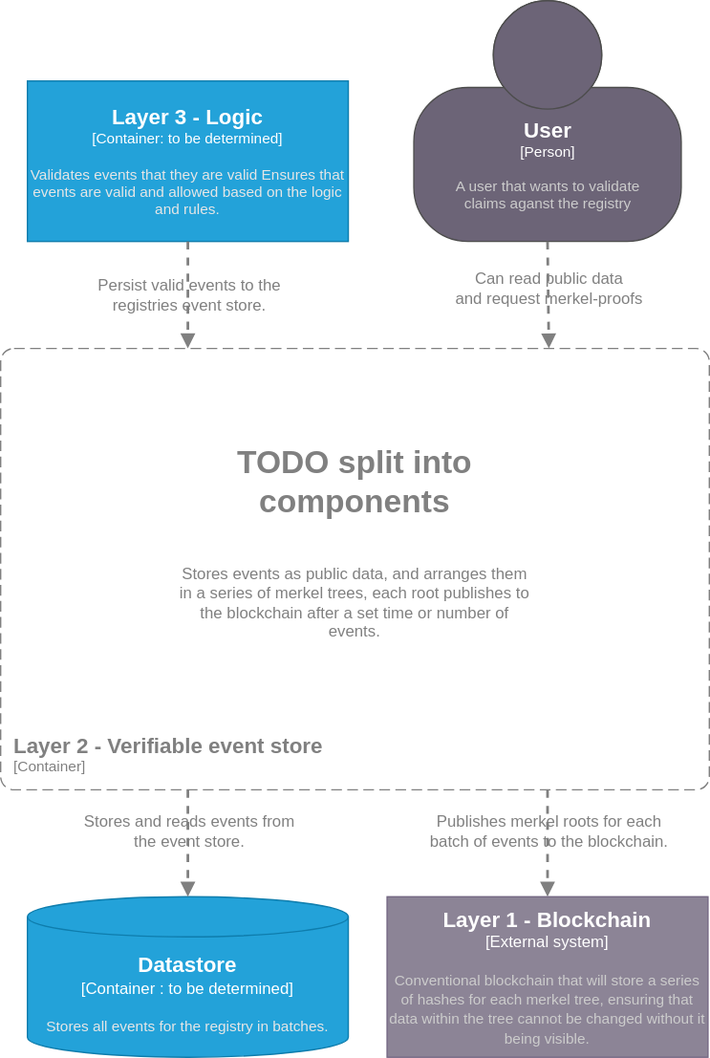
The draw.io diagram doc/layer2_verifiable_event_store/component_diagra.drawio.svg in project-origin/registry, before a commit. Source tidied: cells renumbered, new cells last; positions are measured from the earlier drawing's top-left corner, leaving out a move shared by most shapes.
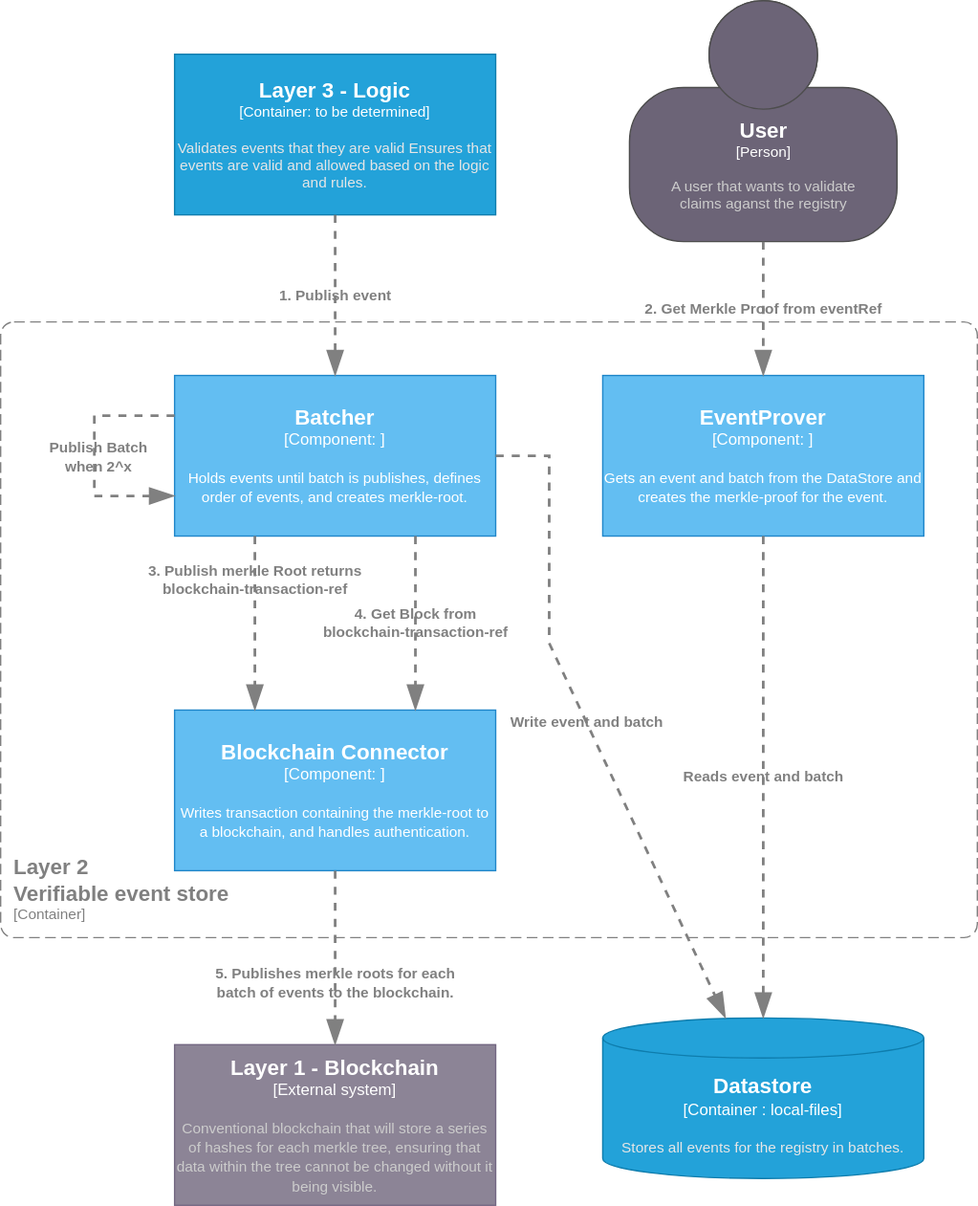
After the commit.

Diff of the diagram source:
```diff
@@ -2,30 +2,14 @@
   <root>
     <mxCell id="0" />
     <mxCell id="1" parent="0" />
-    <object id="2" label="&lt;font style=&quot;font-size: 16px&quot;&gt;&lt;b&gt;&lt;div style=&quot;text-align: left&quot;&gt;%c4Name%&lt;/div&gt;&lt;/b&gt;&lt;/font&gt;&lt;div style=&quot;text-align: left&quot;&gt;[%c4Application%]&lt;/div&gt;" c4Application="Container" c4Name="Layer 2 - Verifiable event store" c4Type="ContainerScopeBoundary" placeholders="1">
+    <object id="2" label="&lt;font style=&quot;font-size: 16px&quot;&gt;&lt;b&gt;&lt;div style=&quot;text-align: left&quot;&gt;%c4Name%&lt;/div&gt;&lt;/b&gt;&lt;/font&gt;&lt;div style=&quot;text-align: left&quot;&gt;[%c4Application%]&lt;/div&gt;" c4Application="Container" c4Name="Layer 2&#10;Verifiable event store" c4Type="ContainerScopeBoundary" placeholders="1">
       <mxCell style="rounded=1;fontSize=11;whiteSpace=wrap;html=1;dashed=1;arcSize=20;fillColor=none;strokeColor=#808080;fontColor=#808080;labelBackgroundColor=none;align=left;verticalAlign=bottom;labelBorderColor=none;spacingTop=0;spacing=10;dashPattern=8 4;perimeter=rectanglePerimeter;labelPadding=0;absoluteArcSize=1;" parent="1" vertex="1">
-        <mxGeometry y="260" width="530" height="330" as="geometry" />
+        <mxGeometry x="-110" y="260" width="730" height="460" as="geometry" />
       </mxCell>
     </object>
-    <mxCell id="3" value="Stores events as public data, and arranges them in a series of merkel trees, each root publishes to the blockchain after a set time or number of events." style="text;html=1;strokeColor=none;fillColor=none;align=center;verticalAlign=middle;whiteSpace=wrap;rounded=0;fontColor=#808080;" parent="1" vertex="1">
-      <mxGeometry x="130" y="410" width="270" height="80" as="geometry" />
-    </mxCell>
-    <mxCell id="4" value="TODO split into components" style="text;html=1;strokeColor=none;fillColor=none;align=center;verticalAlign=middle;whiteSpace=wrap;rounded=0;fontColor=#808080;fontStyle=1;fontSize=24;" parent="1" vertex="1">
-      <mxGeometry x="130" y="320" width="270" height="80" as="geometry" />
-    </mxCell>
-    <mxCell id="5" style="edgeStyle=none;html=1;entryX=0.5;entryY=0;entryDx=0;entryDy=0;entryPerimeter=0;dashed=1;endArrow=block;endFill=1;rounded=0;fontColor=#808080;strokeColor=#808080;strokeWidth=2;" parent="1" edge="1" target="7">
-      <mxGeometry relative="1" as="geometry">
-        <mxPoint x="409" y="590" as="sourcePoint" />
-      </mxGeometry>
-    </mxCell>
-    <mxCell id="6" value="Publishes merkel roots for each &lt;br&gt;batch of events to the blockchain." style="edgeLabel;html=1;align=center;verticalAlign=middle;fontSize=12;labelBackgroundColor=none;rounded=0;fontColor=#808080;" parent="5" vertex="1">
-      <mxGeometry x="-0.14" y="-1" relative="1" as="geometry">
-        <mxPoint x="1" y="-5" as="offset" />
-      </mxGeometry>
-    </mxCell>
-    <object id="7" label="&lt;font style=&quot;font-size: 16px&quot;&gt;&lt;b&gt;%c4Name%&lt;/b&gt;&lt;/font&gt;&lt;div&gt;[%c4Type%]&lt;/div&gt;&lt;br&gt;&lt;div&gt;&lt;font style=&quot;font-size: 11px&quot;&gt;&lt;font color=&quot;#cccccc&quot;&gt;%c4Description%&lt;/font&gt;&lt;/div&gt;" c4Description="Conventional blockchain that will store a series of hashes for each merkel tree, ensuring that data within the tree cannot be changed without it being visible." c4Name="Layer 1 - Blockchain" c4Type="External system" placeholders="1">
+    <object id="7" label="&lt;font style=&quot;font-size: 16px&quot;&gt;&lt;b&gt;%c4Name%&lt;/b&gt;&lt;/font&gt;&lt;div&gt;[%c4Type%]&lt;/div&gt;&lt;br&gt;&lt;div&gt;&lt;font style=&quot;font-size: 11px&quot;&gt;&lt;font color=&quot;#cccccc&quot;&gt;%c4Description%&lt;/font&gt;&lt;/div&gt;" c4Description="Conventional blockchain that will store a series of hashes for each merkle tree, ensuring that data within the tree cannot be changed without it being visible." c4Name="Layer 1 - Blockchain" c4Type="External system" placeholders="1">
       <mxCell style="rounded=0;whiteSpace=wrap;html=1;labelBackgroundColor=none;fillColor=#8C8496;fontColor=#ffffff;align=center;arcSize=10;strokeColor=#736782;points=[[0.25,0,0],[0.5,0,0],[0.75,0,0],[1,0.25,0],[1,0.5,0],[1,0.75,0],[0.75,1,0],[0.5,1,0],[0.25,1,0],[0,0.75,0],[0,0.5,0],[0,0.25,0]];" parent="1" vertex="1">
-        <mxGeometry x="289" y="670" width="240" height="120" as="geometry" />
+        <mxGeometry x="20" y="800" width="240" height="120" as="geometry" />
       </mxCell>
     </object>
     <object id="8" label="&lt;font style=&quot;font-size: 16px&quot;&gt;&lt;b&gt;%c4Name%&lt;/b&gt;&lt;/font&gt;&lt;div&gt;[%c4Type%: %c4Technology%]&lt;/div&gt;&lt;br&gt;&lt;div&gt;&lt;font style=&quot;font-size: 11px&quot;&gt;&lt;font color=&quot;#E6E6E6&quot;&gt;%c4Description%&lt;/font&gt;&lt;/div&gt;" c4Description="Validates events that they are valid Ensures that events are valid and allowed based on the logic and rules." c4Name="Layer 3 - Logic" c4Technology="to be determined" c4Type="Container" placeholders="1">
@@ -33,45 +17,80 @@
         <mxGeometry x="20" y="60" width="240" height="120" as="geometry" />
       </mxCell>
     </object>
-    <mxCell id="9" style="edgeStyle=none;html=1;dashed=1;endArrow=block;endFill=1;rounded=0;fontColor=#808080;strokeColor=#808080;exitX=0.5;exitY=1;exitDx=0;exitDy=0;exitPerimeter=0;strokeWidth=2;" parent="1" edge="1" source="8">
-      <mxGeometry relative="1" as="geometry">
-        <mxPoint x="140" y="260" as="targetPoint" />
-      </mxGeometry>
-    </mxCell>
-    <mxCell id="10" value="Persist valid events to the&lt;br&gt;registries event store." style="edgeLabel;html=1;align=center;verticalAlign=middle;fontSize=12;labelBackgroundColor=none;rounded=0;fontColor=#808080;" parent="9" vertex="1">
-      <mxGeometry x="-0.14" y="-1" relative="1" as="geometry">
-        <mxPoint x="1" y="4" as="offset" />
-      </mxGeometry>
-    </mxCell>
-    <object id="11" label="&lt;font style=&quot;font-size: 16px&quot;&gt;&lt;b&gt;%c4Type%&lt;/font&gt;&lt;div&gt;[%c4Container%:&amp;nbsp;%c4Technology%]&lt;/div&gt;&lt;br&gt;&lt;div&gt;&lt;font style=&quot;font-size: 11px&quot;&gt;&lt;font color=&quot;#E6E6E6&quot;&gt;%c4Description%&lt;/font&gt;&lt;/div&gt;" c4Container="Container " c4Description="Stores all events for the registry in batches." c4Technology="to be determined" c4Type="Datastore" placeholders="1">
+    <object id="11" label="&lt;font style=&quot;font-size: 16px&quot;&gt;&lt;b&gt;%c4Type%&lt;/font&gt;&lt;div&gt;[%c4Container%:&amp;nbsp;%c4Technology%]&lt;/div&gt;&lt;br&gt;&lt;div&gt;&lt;font style=&quot;font-size: 11px&quot;&gt;&lt;font color=&quot;#E6E6E6&quot;&gt;%c4Description%&lt;/font&gt;&lt;/div&gt;" c4Container="Container " c4Description="Stores all events for the registry in batches." c4Technology="local-files" c4Type="Datastore" placeholders="1">
       <mxCell style="shape=cylinder3;size=15;whiteSpace=wrap;html=1;boundedLbl=1;rounded=0;labelBackgroundColor=none;fillColor=#23A2D9;fontSize=12;fontColor=#ffffff;align=center;strokeColor=#0E7DAD;points=[[0.5,0,0],[1,0.25,0],[1,0.5,0],[1,0.75,0],[0.5,1,0],[0,0.75,0],[0,0.5,0],[0,0.25,0]];" parent="1" vertex="1">
-        <mxGeometry x="20" y="670" width="240" height="120" as="geometry" />
+        <mxGeometry x="340" y="780" width="240" height="120" as="geometry" />
       </mxCell>
     </object>
-    <mxCell id="12" style="edgeStyle=none;html=1;entryX=0.5;entryY=0;entryDx=0;entryDy=0;entryPerimeter=0;dashed=1;endArrow=block;endFill=1;rounded=0;fontColor=#808080;strokeColor=#808080;strokeWidth=2;" parent="1" edge="1" target="11">
-      <mxGeometry relative="1" as="geometry">
-        <mxPoint x="140" y="590" as="sourcePoint" />
-      </mxGeometry>
-    </mxCell>
-    <mxCell id="13" value="Stores and reads events from&lt;br&gt;the event store." style="edgeLabel;html=1;align=center;verticalAlign=middle;fontSize=12;labelBackgroundColor=none;rounded=0;fontColor=#808080;" parent="12" vertex="1">
-      <mxGeometry x="-0.14" y="-1" relative="1" as="geometry">
-        <mxPoint x="1" y="-5" as="offset" />
-      </mxGeometry>
-    </mxCell>
     <object id="14" label="&lt;font style=&quot;font-size: 16px&quot;&gt;&lt;b&gt;%c4Name%&lt;/b&gt;&lt;/font&gt;&lt;div&gt;[%c4Type%]&lt;/div&gt;&lt;br&gt;&lt;div&gt;&lt;font style=&quot;font-size: 11px&quot;&gt;&lt;font color=&quot;#cccccc&quot;&gt;%c4Description%&lt;/font&gt;&lt;/div&gt;" c4Description="A user that wants to validate &#10;claims aganst the registry" c4Name="User" c4Type="Person" placeholders="1">
       <mxCell style="html=1;fontSize=11;dashed=0;whitespace=wrap;fillColor=#6C6477;strokeColor=#4D4D4D;fontColor=#ffffff;shape=mxgraph.c4.person2;align=center;points=[[0.5,0,0],[1,0.5,0],[1,0.75,0],[0.75,1,0],[0.5,1,0],[0.25,1,0],[0,0.75,0],[0,0.5,0]];rounded=0;" parent="1" vertex="1">
-        <mxGeometry x="309" width="200" height="180" as="geometry" />
+        <mxGeometry x="360" y="20" width="200" height="180" as="geometry" />
       </mxCell>
     </object>
-    <mxCell id="15" style="edgeStyle=none;html=1;dashed=1;fontSize=12;endArrow=block;endFill=1;exitX=0.5;exitY=1;exitDx=0;exitDy=0;exitPerimeter=0;rounded=0;fontColor=#808080;strokeColor=#808080;strokeWidth=2;" parent="1" edge="1" source="14">
-      <mxGeometry relative="1" as="geometry">
-        <mxPoint x="410" y="260" as="targetPoint" />
-      </mxGeometry>
-    </mxCell>
-    <mxCell id="16" value="Can read public data&lt;br&gt;and request&amp;nbsp;merkel-proofs" style="edgeLabel;html=1;align=center;verticalAlign=middle;fontSize=12;labelBackgroundColor=none;fontColor=#808080;labelBorderColor=none;rounded=0;" parent="15" vertex="1">
-      <mxGeometry x="-0.04" y="1" relative="1" as="geometry">
-        <mxPoint x="-1" y="-4" as="offset" />
-      </mxGeometry>
-    </mxCell>
+    <object id="17" label="&lt;font style=&quot;font-size: 16px&quot;&gt;&lt;b&gt;%c4Name%&lt;/b&gt;&lt;/font&gt;&lt;div&gt;[%c4Type%: %c4Technology%]&lt;/div&gt;&lt;br&gt;&lt;div&gt;&lt;font style=&quot;font-size: 11px&quot;&gt;%c4Description%&lt;/font&gt;&lt;/div&gt;" c4Description="Holds events until batch is publishes, defines order of events, and creates merkle-root." c4Name="Batcher" c4Technology="" c4Type="Component" placeholders="1">
+      <mxCell style="rounded=0;whiteSpace=wrap;html=1;labelBackgroundColor=none;fillColor=#63BEF2;fontColor=#ffffff;align=center;arcSize=6;strokeColor=#2086C9;points=[[0.25,0,0],[0.5,0,0],[0.75,0,0],[1,0.25,0],[1,0.5,0],[1,0.75,0],[0.75,1,0],[0.5,1,0],[0.25,1,0],[0,0.75,0],[0,0.5,0],[0,0.25,0]];" parent="1" vertex="1">
+        <mxGeometry x="20" y="300" width="240" height="120" as="geometry" />
+      </mxCell>
+    </object>
+    <object id="18" label="&lt;font style=&quot;font-size: 16px&quot;&gt;&lt;b&gt;%c4Name%&lt;/b&gt;&lt;/font&gt;&lt;div&gt;[%c4Type%: %c4Technology%]&lt;/div&gt;&lt;br&gt;&lt;div&gt;&lt;font style=&quot;font-size: 11px&quot;&gt;%c4Description%&lt;/font&gt;&lt;/div&gt;" c4Description="Gets an event and batch from the DataStore and creates the merkle-proof for the event." c4Name="EventProver" c4Technology="" c4Type="Component" placeholders="1">
+      <mxCell style="rounded=0;whiteSpace=wrap;html=1;labelBackgroundColor=none;fillColor=#63BEF2;fontColor=#ffffff;align=center;arcSize=6;strokeColor=#2086C9;points=[[0.25,0,0],[0.5,0,0],[0.75,0,0],[1,0.25,0],[1,0.5,0],[1,0.75,0],[0.75,1,0],[0.5,1,0],[0.25,1,0],[0,0.75,0],[0,0.5,0],[0,0.25,0]];" parent="1" vertex="1">
+        <mxGeometry x="340" y="300" width="240" height="120" as="geometry" />
+      </mxCell>
+    </object>
+    <object id="19" label="&lt;font style=&quot;font-size: 16px&quot;&gt;&lt;b&gt;%c4Name%&lt;/b&gt;&lt;/font&gt;&lt;div&gt;[%c4Type%: %c4Technology%]&lt;/div&gt;&lt;br&gt;&lt;div&gt;&lt;font style=&quot;font-size: 11px&quot;&gt;%c4Description%&lt;/font&gt;&lt;/div&gt;" c4Description="Writes transaction containing the merkle-root to a blockchain, and handles authentication." c4Name="Blockchain Connector" c4Technology="" c4Type="Component" placeholders="1">
+      <mxCell style="rounded=0;whiteSpace=wrap;html=1;labelBackgroundColor=none;fillColor=#63BEF2;fontColor=#ffffff;align=center;arcSize=6;strokeColor=#2086C9;points=[[0.25,0,0],[0.5,0,0],[0.75,0,0],[1,0.25,0],[1,0.5,0],[1,0.75,0],[0.75,1,0],[0.5,1,0],[0.25,1,0],[0,0.75,0],[0,0.5,0],[0,0.25,0]];" parent="1" vertex="1">
+        <mxGeometry x="20" y="550" width="240" height="120" as="geometry" />
+      </mxCell>
+    </object>
+    <object id="20" label="&lt;div style=&quot;text-align: left; font-size: 11px;&quot;&gt;&lt;div style=&quot;text-align: center; font-size: 11px;&quot;&gt;&lt;b style=&quot;font-size: 11px;&quot;&gt;%c4Description%&lt;/b&gt;&lt;/div&gt;&lt;/div&gt;" c4Description="3. Publish merkle Root returns &#10;blockchain-transaction-ref" c4Type="Relationship" placeholders="1">
+      <mxCell style="endArrow=blockThin;html=1;fontSize=11;fontColor=#808080;strokeWidth=2;endFill=1;strokeColor=#808080;elbow=vertical;endSize=14;startSize=14;jumpStyle=arc;jumpSize=16;rounded=0;dashed=1;labelBackgroundColor=none;exitX=0.25;exitY=1;exitDx=0;exitDy=0;exitPerimeter=0;entryX=0.25;entryY=0;entryDx=0;entryDy=0;entryPerimeter=0;" parent="1" edge="1" source="17" target="19">
+        <mxGeometry x="-0.5" relative="1" as="geometry" />
+      </mxCell>
+    </object>
+    <object id="21" label="&lt;div style=&quot;text-align: left; font-size: 11px;&quot;&gt;&lt;div style=&quot;text-align: center; font-size: 11px;&quot;&gt;&lt;b style=&quot;font-size: 11px;&quot;&gt;%c4Description%&lt;/b&gt;&lt;/div&gt;&lt;/div&gt;" c4Description="4. Get Block from &#10;blockchain-transaction-ref" c4Type="Relationship" placeholders="1">
+      <mxCell style="endArrow=blockThin;html=1;fontSize=11;fontColor=#808080;strokeWidth=2;endFill=1;strokeColor=#808080;elbow=vertical;endSize=14;startSize=14;jumpStyle=arc;jumpSize=16;rounded=0;dashed=1;labelBackgroundColor=none;exitX=0.75;exitY=1;exitDx=0;exitDy=0;exitPerimeter=0;entryX=0.75;entryY=0;entryDx=0;entryDy=0;entryPerimeter=0;" parent="1" edge="1" source="17" target="19">
+        <mxGeometry relative="1" as="geometry" />
+      </mxCell>
+    </object>
+    <object id="22" label="&lt;div style=&quot;text-align: left; font-size: 11px;&quot;&gt;&lt;div style=&quot;text-align: center; font-size: 11px;&quot;&gt;&lt;b style=&quot;font-size: 11px;&quot;&gt;%c4Description%&lt;/b&gt;&lt;/div&gt;&lt;/div&gt;" c4Description="5. Publishes merkle roots for each&#10;batch of events to the blockchain." c4Type="Relationship" placeholders="1">
+      <mxCell style="endArrow=blockThin;html=1;fontSize=11;fontColor=#808080;strokeWidth=2;endFill=1;strokeColor=#808080;elbow=vertical;endSize=14;startSize=14;jumpStyle=arc;jumpSize=16;rounded=0;dashed=1;labelBackgroundColor=none;exitX=0.5;exitY=1;exitDx=0;exitDy=0;exitPerimeter=0;entryX=0.5;entryY=0;entryDx=0;entryDy=0;entryPerimeter=0;" parent="1" edge="1" source="19" target="7">
+        <mxGeometry x="0.29" relative="1" as="geometry" />
+      </mxCell>
+    </object>
+    <object id="23" label="&lt;div style=&quot;text-align: left; font-size: 11px;&quot;&gt;&lt;div style=&quot;text-align: center; font-size: 11px;&quot;&gt;&lt;b style=&quot;font-size: 11px;&quot;&gt;%c4Description%&lt;/b&gt;&lt;/div&gt;&lt;/div&gt;" c4Description="Publish Batch&#10;when 2^x" c4Type="Relationship" placeholders="1">
+      <mxCell style="endArrow=blockThin;html=1;fontSize=11;fontColor=#808080;strokeWidth=2;endFill=1;strokeColor=#808080;elbow=vertical;endSize=14;startSize=14;jumpStyle=arc;jumpSize=16;rounded=0;dashed=1;labelBackgroundColor=none;entryX=0;entryY=0.75;entryDx=0;entryDy=0;entryPerimeter=0;exitX=0;exitY=0.25;exitDx=0;exitDy=0;exitPerimeter=0;" parent="1" edge="1" source="17" target="17">
+        <mxGeometry x="0.01" y="3" relative="1" as="geometry">
+          <Array as="points">
+            <mxPoint x="-40" y="330" />
+            <mxPoint x="-40" y="390" />
+          </Array>
+        </mxGeometry>
+      </mxCell>
+    </object>
+    <object id="24" label="&lt;div style=&quot;text-align: left; font-size: 11px;&quot;&gt;&lt;div style=&quot;text-align: center; font-size: 11px;&quot;&gt;&lt;b style=&quot;font-size: 11px;&quot;&gt;%c4Description%&lt;/b&gt;&lt;/div&gt;&lt;/div&gt;" c4Description="1. Publish event" c4Type="Relationship" placeholders="1">
+      <mxCell style="endArrow=blockThin;html=1;fontSize=11;fontColor=#808080;strokeWidth=2;endFill=1;strokeColor=#808080;elbow=vertical;endSize=14;startSize=14;jumpStyle=arc;jumpSize=16;rounded=0;dashed=1;labelBackgroundColor=none;exitX=0.5;exitY=1;exitDx=0;exitDy=0;exitPerimeter=0;entryX=0.5;entryY=0;entryDx=0;entryDy=0;entryPerimeter=0;" parent="1" edge="1" source="8" target="17">
+        <mxGeometry relative="1" as="geometry" />
+      </mxCell>
+    </object>
+    <object id="25" label="&lt;div style=&quot;text-align: left; font-size: 11px;&quot;&gt;&lt;div style=&quot;text-align: center; font-size: 11px;&quot;&gt;&lt;b style=&quot;font-size: 11px;&quot;&gt;%c4Description%&lt;/b&gt;&lt;/div&gt;&lt;/div&gt;" c4Description="2. Get Merkle Proof from eventRef" c4Type="Relationship" placeholders="1">
+      <mxCell style="endArrow=blockThin;html=1;fontSize=11;fontColor=#808080;strokeWidth=2;endFill=1;strokeColor=#808080;elbow=vertical;endSize=14;startSize=14;jumpStyle=arc;jumpSize=16;rounded=0;dashed=1;labelBackgroundColor=none;exitX=0.5;exitY=1;exitDx=0;exitDy=0;exitPerimeter=0;entryX=0.5;entryY=0;entryDx=0;entryDy=0;entryPerimeter=0;" parent="1" edge="1" source="14" target="18">
+        <mxGeometry relative="1" as="geometry" />
+      </mxCell>
+    </object>
+    <object id="26" label="&lt;div style=&quot;text-align: left; font-size: 11px;&quot;&gt;&lt;div style=&quot;text-align: center; font-size: 11px;&quot;&gt;&lt;b style=&quot;font-size: 11px;&quot;&gt;%c4Description%&lt;/b&gt;&lt;/div&gt;&lt;/div&gt;" c4Description="Reads event and batch" c4Type="Relationship" placeholders="1">
+      <mxCell style="endArrow=blockThin;html=1;fontSize=11;fontColor=#808080;strokeWidth=2;endFill=1;strokeColor=#808080;elbow=vertical;endSize=14;startSize=14;jumpStyle=arc;jumpSize=16;rounded=0;dashed=1;labelBackgroundColor=none;exitX=0.5;exitY=1;exitDx=0;exitDy=0;exitPerimeter=0;entryX=0.5;entryY=0;entryDx=0;entryDy=0;entryPerimeter=0;" parent="1" edge="1" source="18" target="11">
+        <mxGeometry relative="1" as="geometry" />
+      </mxCell>
+    </object>
+    <object id="27" label="&lt;div style=&quot;text-align: left; font-size: 11px;&quot;&gt;&lt;div style=&quot;text-align: center; font-size: 11px;&quot;&gt;&lt;b style=&quot;font-size: 11px;&quot;&gt;%c4Description%&lt;/b&gt;&lt;/div&gt;&lt;/div&gt;" c4Description="Write event and batch" c4Type="Relationship" placeholders="1">
+      <mxCell style="endArrow=blockThin;html=1;fontSize=11;fontColor=#808080;strokeWidth=2;endFill=1;strokeColor=#808080;elbow=vertical;endSize=14;startSize=14;jumpStyle=arc;jumpSize=16;rounded=0;dashed=1;labelBackgroundColor=none;exitX=1;exitY=0.5;exitDx=0;exitDy=0;exitPerimeter=0;" parent="1" edge="1" source="17" target="11">
+        <mxGeometry relative="1" as="geometry">
+          <Array as="points">
+            <mxPoint x="300" y="360" />
+            <mxPoint x="300" y="500" />
+          </Array>
+        </mxGeometry>
+      </mxCell>
+    </object>
   </root>
 </mxGraphModel>
```
